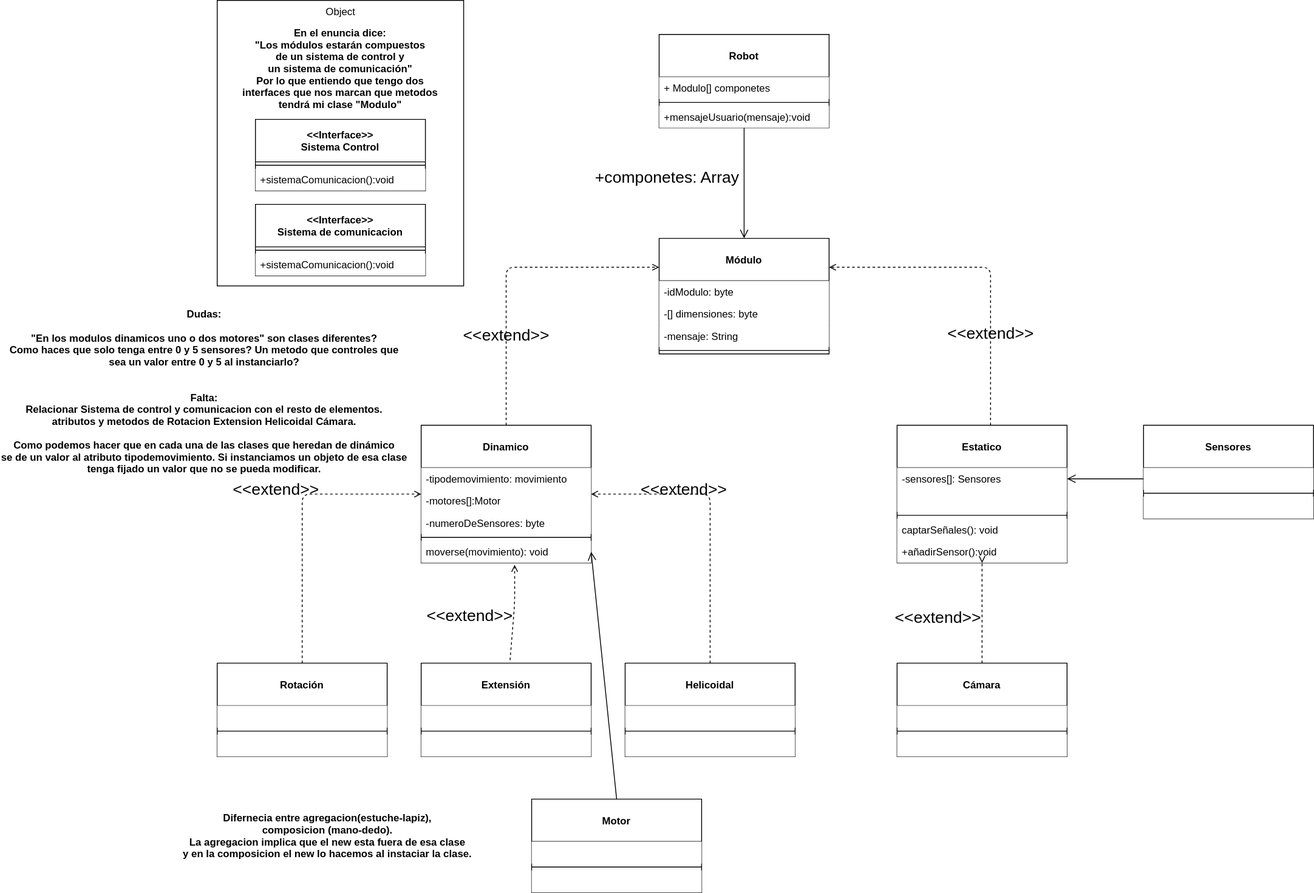
The draw.io diagram Diagramas UML/Ejercicio 4.drawio.svg in MateoCarballo/Ejercicios-Diagramas-AulaVirtual, before a commit. Source tidied: cells renumbered, new cells last; positions are measured from the earlier drawing's top-left corner, leaving out a move shared by most shapes.
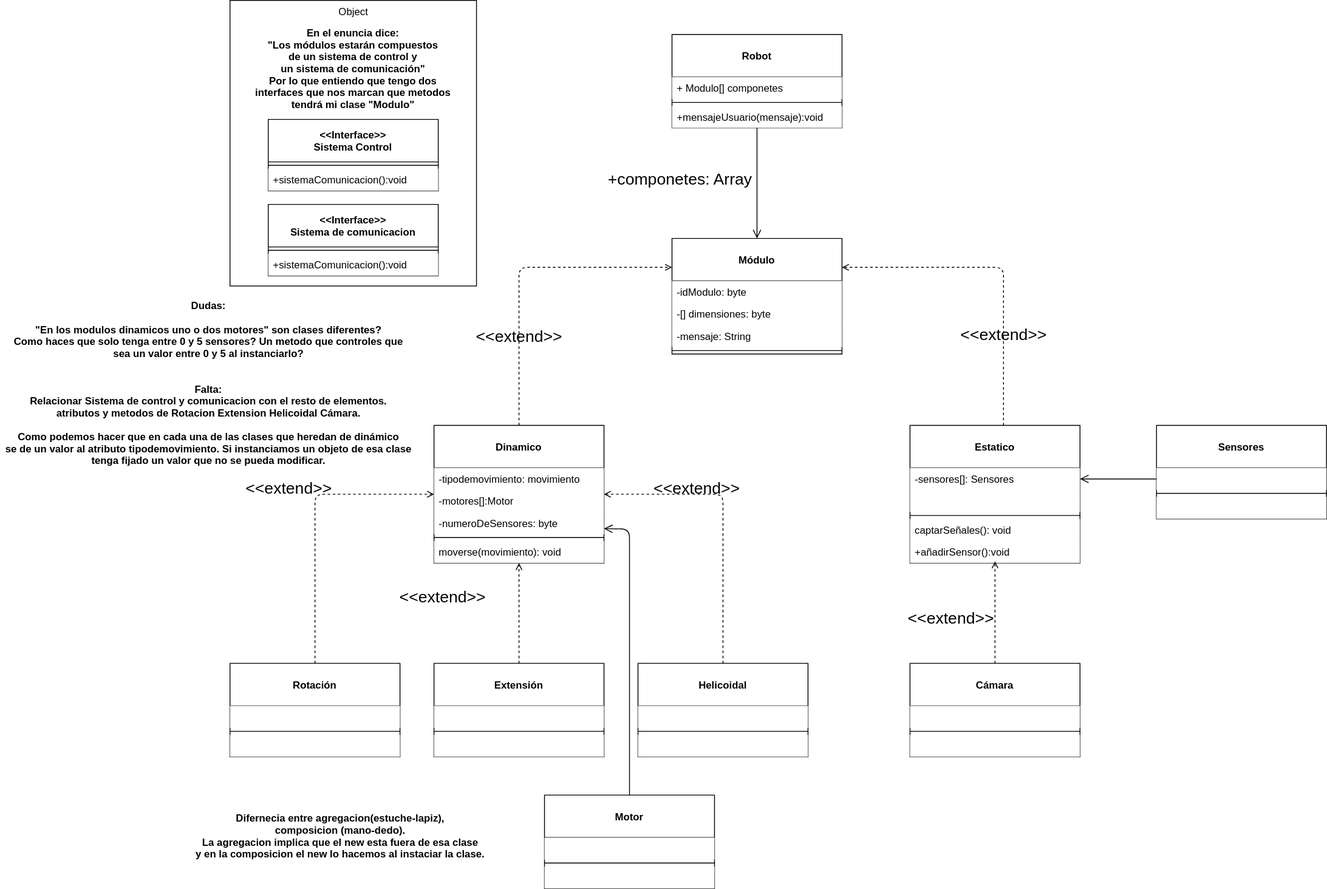
After the change.

Diff of the diagram source:
```diff
@@ -138,7 +138,7 @@
       <mxGeometry x="160" y="70" width="190" height="20" as="geometry" />
     </mxCell>
     <mxCell id="47" value="Dudas:&#10;&#10;&quot;En los modulos dinamicos uno o dos motores&quot; son clases diferentes?&#10;Como haces que solo tenga entre 0 y 5 sensores? Un metodo que controles que &#10;sea un valor entre 0 y 5 al instanciarlo?&#10;&#10;&#10;Falta:&#10;Relacionar Sistema de control y comunicacion con el resto de elementos.&#10;atributos y metodos de Rotacion Extension Helicoidal Cámara.&#10;&#10;Como podemos hacer que en cada una de las clases que heredan de dinámico&#10;se de un valor al atributo tipodemovimiento. Si instanciamos un objeto de esa clase&#10;tenga fijado un valor que no se pueda modificar." style="text;align=center;fontStyle=1;verticalAlign=middle;spacingLeft=3;spacingRight=3;strokeColor=none;labelBackgroundColor=#FFFFFF;fontSize=12;fontColor=#000000;fillColor=default;" parent="1" vertex="1">
-      <mxGeometry y="450" width="190" height="20" as="geometry" />
+      <mxGeometry x="-10" y="440" width="190" height="20" as="geometry" />
     </mxCell>
     <mxCell id="48" style="endArrow=open;startArrow=none;endFill=0;startFill=0;endSize=8;html=1;verticalAlign=bottom;labelBackgroundColor=none;strokeWidth=1;entryX=0.5;entryY=0;entryDx=0;entryDy=0;" parent="1" edge="1" target="7">
       <mxGeometry relative="1" as="geometry">
@@ -167,13 +167,8 @@
         <mxPoint x="-1" as="offset" />
       </mxGeometry>
     </mxCell>
-    <mxCell id="52" value="&amp;lt;&amp;lt;extend&amp;gt;&amp;gt;" style="html=1;verticalAlign=bottom;labelBackgroundColor=none;endArrow=open;endFill=0;dashed=1;fontSize=19;exitX=0.523;exitY=-0.033;exitDx=0;exitDy=0;exitPerimeter=0;entryX=0.55;entryY=1.089;entryDx=0;entryDy=0;entryPerimeter=0;" parent="1" edge="1" source="28" target="17">
-      <mxGeometry x="-0.05" y="41" relative="1" as="geometry">
-        <Array as="points">
-          <mxPoint x="460" y="710" />
-        </Array>
-        <mxPoint x="-11" y="19" as="offset" />
-      </mxGeometry>
+    <mxCell id="52" value="&amp;lt;&amp;lt;extend&amp;gt;&amp;gt;" style="html=1;verticalAlign=bottom;labelBackgroundColor=none;endArrow=open;endFill=0;dashed=1;fontSize=19;exitX=0.5;exitY=0;exitDx=0;exitDy=0;" parent="1" edge="1" source="28" target="17">
+      <mxGeometry x="0.06" y="90" relative="1" as="geometry" />
     </mxCell>
     <mxCell id="53" value="&amp;lt;&amp;lt;extend&amp;gt;&amp;gt;" style="html=1;verticalAlign=bottom;labelBackgroundColor=none;endArrow=open;endFill=0;dashed=1;fontSize=19;exitX=0.5;exitY=0;exitDx=0;exitDy=0;entryX=0;entryY=0.25;entryDx=0;entryDy=0;" parent="1" edge="1" source="12" target="7">
       <mxGeometry x="-0.51" relative="1" as="geometry">
@@ -201,7 +196,7 @@
       </mxGeometry>
     </mxCell>
     <mxCell id="56" value="Motor" style="swimlane;fontStyle=1;align=center;verticalAlign=middle;horizontal=1;startSize=50;" parent="1" vertex="1">
-      <mxGeometry x="480" y="940" width="200" height="110" as="geometry" />
+      <mxGeometry x="480" y="935" width="200" height="110" as="geometry" />
     </mxCell>
     <mxCell id="57" style="text;strokeColor=none;fillColor=default;align=left;verticalAlign=top;spacingLeft=4;spacingRight=4;overflow=hidden;" parent="56" vertex="1">
       <mxGeometry y="50" width="200" height="26" as="geometry" />
@@ -227,8 +222,12 @@
     <mxCell id="64" style="endArrow=open;startArrow=none;endFill=0;startFill=0;endSize=8;html=1;verticalAlign=bottom;labelBackgroundColor=none;strokeWidth=1;entryX=1;entryY=0.5;entryDx=0;entryDy=0;exitX=0;exitY=0.5;exitDx=0;exitDy=0;" parent="1" edge="1" source="61" target="19">
       <mxGeometry relative="1" as="geometry" />
     </mxCell>
-    <mxCell id="65" style="endArrow=open;startArrow=none;endFill=0;startFill=0;endSize=8;html=1;verticalAlign=bottom;labelBackgroundColor=none;strokeWidth=1;entryX=1;entryY=0.5;entryDx=0;entryDy=0;exitX=0.5;exitY=0;exitDx=0;exitDy=0;" parent="1" edge="1" source="56" target="17">
-      <mxGeometry relative="1" as="geometry" />
+    <mxCell id="65" style="endArrow=open;startArrow=none;endFill=0;startFill=0;endSize=8;html=1;verticalAlign=bottom;labelBackgroundColor=none;strokeWidth=1;entryX=1;entryY=0.75;entryDx=0;entryDy=0;exitX=0.5;exitY=0;exitDx=0;exitDy=0;" parent="1" edge="1" source="56" target="12">
+      <mxGeometry relative="1" as="geometry">
+        <Array as="points">
+          <mxPoint x="580" y="622" />
+        </Array>
+      </mxGeometry>
     </mxCell>
     <mxCell id="66" value="Difernecia entre agregacion(estuche-lapiz),&#10;composicion (mano-dedo).&#10;La agregacion implica que el new esta fuera de esa clase&#10;y en la composicion el new lo hacemos al instaciar la clase.&#10;" style="text;align=center;fontStyle=1;verticalAlign=middle;spacingLeft=3;spacingRight=3;strokeColor=none;labelBackgroundColor=#FFFFFF;fontSize=12;fontColor=#000000;fillColor=default;" parent="1" vertex="1">
       <mxGeometry x="110" y="980" width="260" height="20" as="geometry" />
```
